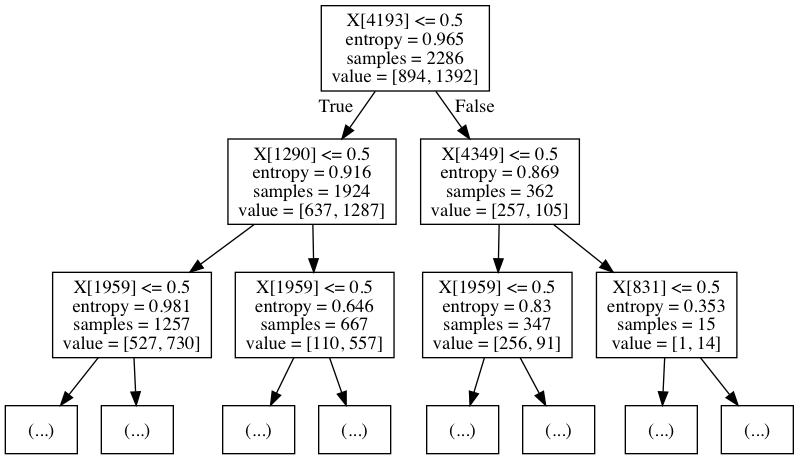
This is a1/tree.png from notmahsa/csc411, a Graphviz export, as it was before one commit. Its source is kept beside it as a1/tree.dot.
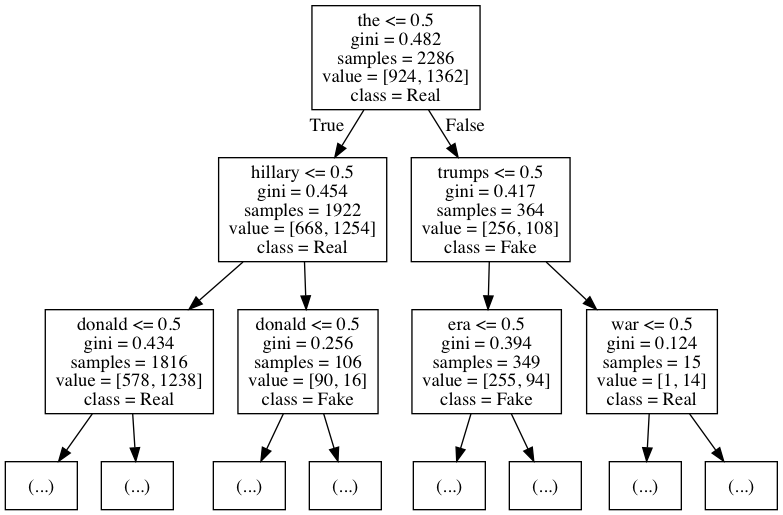
Above is the later version.

The edit, as a diff of the source:
```diff
@@ -1,32 +1,32 @@
 digraph Tree {
 node [shape=box] ;
-0 [label="X[4193] <= 0.5\nentropy = 0.965\nsamples = 2286\nvalue = [894, 1392]"] ;
-1 [label="X[1290] <= 0.5\nentropy = 0.916\nsamples = 1924\nvalue = [637, 1287]"] ;
+0 [label="the <= 0.5\ngini = 0.482\nsamples = 2286\nvalue = [924, 1362]\nclass = Real"] ;
+1 [label="hillary <= 0.5\ngini = 0.454\nsamples = 1922\nvalue = [668, 1254]\nclass = Real"] ;
 0 -> 1 [labeldistance=2.5, labelangle=45, headlabel="True"] ;
-2 [label="X[1959] <= 0.5\nentropy = 0.981\nsamples = 1257\nvalue = [527, 730]"] ;
+2 [label="donald <= 0.5\ngini = 0.434\nsamples = 1816\nvalue = [578, 1238]\nclass = Real"] ;
 1 -> 2 ;
 3 [label="(...)"] ;
 2 -> 3 ;
-474 [label="(...)"] ;
-2 -> 474 ;
-481 [label="X[1959] <= 0.5\nentropy = 0.646\nsamples = 667\nvalue = [110, 557]"] ;
-1 -> 481 ;
-482 [label="(...)"] ;
-481 -> 482 ;
-629 [label="(...)"] ;
-481 -> 629 ;
-658 [label="X[4349] <= 0.5\nentropy = 0.869\nsamples = 362\nvalue = [257, 105]"] ;
-0 -> 658 [labeldistance=2.5, labelangle=-45, headlabel="False"] ;
-659 [label="X[1959] <= 0.5\nentropy = 0.83\nsamples = 347\nvalue = [256, 91]"] ;
-658 -> 659 ;
-660 [label="(...)"] ;
-659 -> 660 ;
-833 [label="(...)"] ;
-659 -> 833 ;
-834 [label="X[831] <= 0.5\nentropy = 0.353\nsamples = 15\nvalue = [1, 14]"] ;
-658 -> 834 ;
-835 [label="(...)"] ;
-834 -> 835 ;
-836 [label="(...)"] ;
-834 -> 836 ;
+462 [label="(...)"] ;
+2 -> 462 ;
+609 [label="donald <= 0.5\ngini = 0.256\nsamples = 106\nvalue = [90, 16]\nclass = Fake"] ;
+1 -> 609 ;
+610 [label="(...)"] ;
+609 -> 610 ;
+613 [label="(...)"] ;
+609 -> 613 ;
+630 [label="trumps <= 0.5\ngini = 0.417\nsamples = 364\nvalue = [256, 108]\nclass = Fake"] ;
+0 -> 630 [labeldistance=2.5, labelangle=-45, headlabel="False"] ;
+631 [label="era <= 0.5\ngini = 0.394\nsamples = 349\nvalue = [255, 94]\nclass = Fake"] ;
+630 -> 631 ;
+632 [label="(...)"] ;
+631 -> 632 ;
+793 [label="(...)"] ;
+631 -> 793 ;
+794 [label="war <= 0.5\ngini = 0.124\nsamples = 15\nvalue = [1, 14]\nclass = Real"] ;
+630 -> 794 ;
+795 [label="(...)"] ;
+794 -> 795 ;
+796 [label="(...)"] ;
+794 -> 796 ;
 }
```
